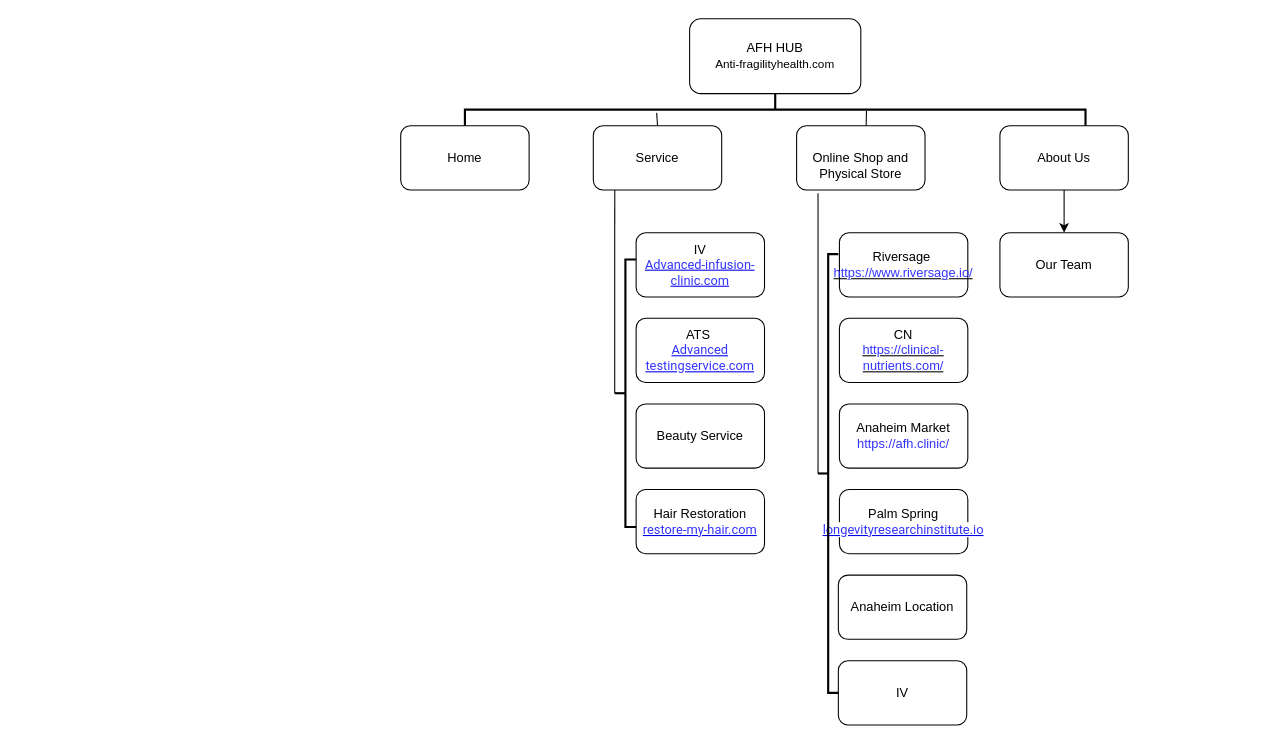
Above: Untitled Diagram.drawio in ellenlovestwerk/github.io (draw.io), before the change. Source tidied: cells renumbered, new cells numbered last; positions are measured from the earlier drawing's top-left corner, leaving out a move shared by most shapes. Both pictures are drawn from the tidied source at 107%, with x=0, y=0 at pixel (400, 18).
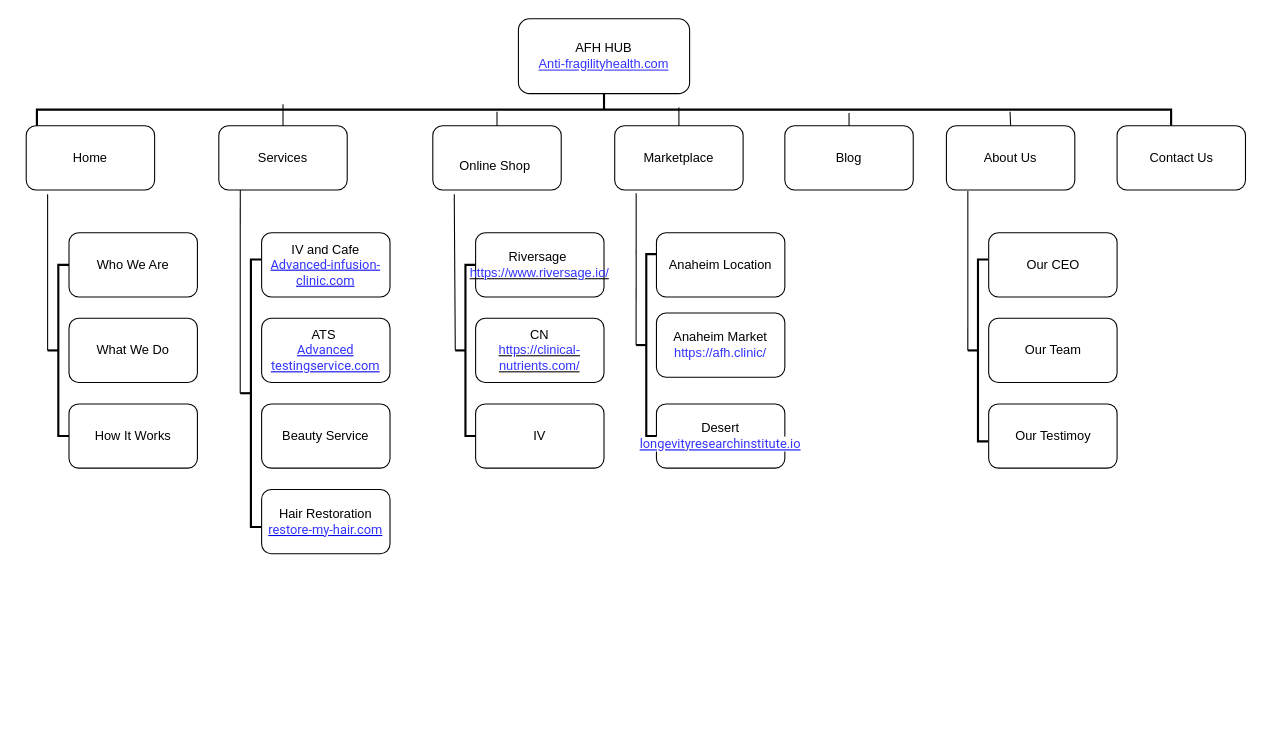
Above is the later version.

What changed in the source:
```diff
@@
-    <mxCell id="2" value="AFH HUB&lt;br&gt;&lt;span id=&quot;docs-internal-guid-4b5474ac-7fff-267b-f1c0-4c2fcc6487ea&quot;&gt;&lt;span style=&quot;font-family: &amp;#34;arial&amp;#34; ; background-color: transparent ; vertical-align: baseline&quot;&gt;&lt;font style=&quot;font-size: 11px&quot;&gt;Anti-fragilityhealth.com&lt;/font&gt;&lt;/span&gt;&lt;/span&gt;" style="rounded=1;whiteSpace=wrap;html=1;" parent="1" vertex="1">
-      <mxGeometry x="270" width="160" height="70" as="geometry" />
+    <mxCell id="2" value="AFH HUB&lt;br&gt;&lt;span id=&quot;docs-internal-guid-4b5474ac-7fff-267b-f1c0-4c2fcc6487ea&quot;&gt;&lt;span style=&quot;font-family: &amp;#34;arial&amp;#34; ; background-color: transparent ; vertical-align: baseline&quot;&gt;&lt;font style=&quot;font-size: 12px&quot; color=&quot;#3333ff&quot;&gt;&lt;u&gt;Anti-fragilityhealth.com&lt;/u&gt;&lt;/font&gt;&lt;/span&gt;&lt;/span&gt;" style="rounded=1;whiteSpace=wrap;html=1;" parent="1" vertex="1">
+      <mxGeometry x="110" width="160" height="70" as="geometry" />
     </mxCell>
     <mxCell id="3" style="edgeStyle=orthogonalEdgeStyle;rounded=0;jettySize=auto;html=1;exitX=0;exitY=0.25;exitDx=0;exitDy=0;" parent="1" edge="1" source="4">
       <mxGeometry relative="1" as="geometry">
-        <mxPoint x="10" y="120" as="targetPoint" />
+        <mxPoint x="-340" y="120" as="targetPoint" />
       </mxGeometry>
     </mxCell>
     <mxCell id="4" value="Home" style="rounded=1;whiteSpace=wrap;html=1;" parent="1" vertex="1">
-      <mxGeometry y="100" width="120" height="60" as="geometry" />
+      <mxGeometry x="-350" y="100" width="120" height="60" as="geometry" />
     </mxCell>
-    <mxCell id="5" value="Service" style="rounded=1;whiteSpace=wrap;html=1;" parent="1" vertex="1">
-      <mxGeometry x="180" y="100" width="120" height="60" as="geometry" />
+    <mxCell id="5" value="Services" style="rounded=1;whiteSpace=wrap;html=1;" parent="1" vertex="1">
+      <mxGeometry x="-170" y="100" width="120" height="60" as="geometry" />
     </mxCell>
-    <mxCell id="6" value="IV&lt;br&gt;&lt;span id=&quot;docs-internal-guid-74093519-7fff-6f13-1623-3f1fcdc550e6&quot;&gt;&lt;a href=&quot;http://advanced-infusion-clinic.com&quot;&gt;&lt;span style=&quot;font-family: &amp;#34;roboto&amp;#34; , sans-serif ; background-color: rgb(255 , 255 , 255) ; vertical-align: baseline&quot;&gt;&lt;font style=&quot;font-size: 12px&quot; color=&quot;#3333ff&quot;&gt;Advanced-infusion-clinic.com&lt;/font&gt;&lt;/span&gt;&lt;/a&gt;&lt;/span&gt;" style="rounded=1;whiteSpace=wrap;html=1;" parent="1" vertex="1">
-      <mxGeometry x="220" y="200" width="120" height="60" as="geometry" />
+    <mxCell id="6" value="IV and Cafe&lt;br&gt;&lt;span id=&quot;docs-internal-guid-74093519-7fff-6f13-1623-3f1fcdc550e6&quot;&gt;&lt;a href=&quot;http://advanced-infusion-clinic.com&quot;&gt;&lt;span style=&quot;font-family: &amp;#34;roboto&amp;#34; , sans-serif ; background-color: rgb(255 , 255 , 255) ; vertical-align: baseline&quot;&gt;&lt;font style=&quot;font-size: 12px&quot; color=&quot;#3333ff&quot;&gt;Advanced-infusion-clinic.com&lt;/font&gt;&lt;/span&gt;&lt;/a&gt;&lt;/span&gt;" style="rounded=1;whiteSpace=wrap;html=1;" parent="1" vertex="1">
+      <mxGeometry x="-130" y="200" width="120" height="60" as="geometry" />
     </mxCell>
     <mxCell id="7" value="ATS&amp;nbsp;&lt;br&gt;&lt;span id=&quot;docs-internal-guid-89b53afa-7fff-94f8-546f-cf0940425132&quot;&gt;&lt;a href=&quot;http://advancedtestingservice.com&quot;&gt;&lt;span style=&quot;font-family: &amp;#34;roboto&amp;#34; , sans-serif ; background-color: rgb(255 , 255 , 255) ; vertical-align: baseline&quot;&gt;&lt;font color=&quot;#3333ff&quot;&gt;Advanced&lt;br&gt;testingservice.com&lt;/font&gt;&lt;/span&gt;&lt;/a&gt;&lt;/span&gt;" style="rounded=1;whiteSpace=wrap;html=1;" parent="1" vertex="1">
-      <mxGeometry x="220" y="280" width="120" height="60" as="geometry" />
+      <mxGeometry x="-130" y="280" width="120" height="60" as="geometry" />
     </mxCell>
     <mxCell id="8" value="Beauty Service" style="rounded=1;whiteSpace=wrap;html=1;" parent="1" vertex="1">
-      <mxGeometry x="220" y="360" width="120" height="60" as="geometry" />
+      <mxGeometry x="-130" y="360" width="120" height="60" as="geometry" />
     </mxCell>
     <mxCell id="9" value="Hair Restoration&lt;br&gt;&lt;span id=&quot;docs-internal-guid-0307a542-7fff-520b-4e99-ed72c797a7f6&quot;&gt;&lt;a href=&quot;https://domains.google.com/registrar/restore-my-hair.com?utm_medium=cpc&amp;amp;utm_source=google&amp;amp;authuser=2&amp;amp;_ga=2.260055556.84802020.1619455763-1324031469.1603987089&quot;&gt;&lt;span style=&quot;font-family: &amp;#34;roboto&amp;#34; , sans-serif ; background-color: rgb(255 , 255 , 255) ; vertical-align: baseline&quot;&gt;&lt;font color=&quot;#3333ff&quot; style=&quot;font-size: 12px&quot;&gt;restore-my-hair.com&lt;/font&gt;&lt;/span&gt;&lt;/a&gt;&lt;/span&gt;" style="rounded=1;whiteSpace=wrap;html=1;" parent="1" vertex="1">
-      <mxGeometry x="220" y="440" width="120" height="60" as="geometry" />
+      <mxGeometry x="-130" y="440" width="120" height="60" as="geometry" />
     </mxCell>
     <mxCell id="10" style="strokeWidth=2;html=1;shape=mxgraph.flowchart.annotation_2;align=left;labelPosition=right;" parent="1" vertex="1">
-      <mxGeometry x="200" y="225" width="20" height="250" as="geometry" />
+      <mxGeometry x="-150" y="225" width="20" height="250" as="geometry" />
     </mxCell>
     <mxCell id="11" style="endArrow=none;html=1;entryX=0.167;entryY=1;entryDx=0;entryDy=0;entryPerimeter=0;" parent="1" edge="1" target="5">
       <mxGeometry relative="1" as="geometry">
-        <mxPoint x="200" y="350" as="sourcePoint" />
+        <mxPoint x="-150" y="350" as="sourcePoint" />
       </mxGeometry>
     </mxCell>
-    <mxCell id="12" value="&lt;br&gt;Online Shop and Physical Store" style="rounded=1;whiteSpace=wrap;html=1;" parent="1" vertex="1">
-      <mxGeometry x="370" y="100" width="120" height="60" as="geometry" />
+    <mxCell id="12" value="Marketplace" style="rounded=1;whiteSpace=wrap;html=1;" parent="1" vertex="1">
+      <mxGeometry x="200" y="100" width="120" height="60" as="geometry" />
     </mxCell>
-    <mxCell id="13" value="Riversage&amp;nbsp;&lt;br&gt;&lt;u&gt;&lt;font color=&quot;#3333ff&quot;&gt;https://www.riversage.io/&lt;/font&gt;&lt;/u&gt;" style="rounded=1;whiteSpace=wrap;html=1;" parent="1" vertex="1">
-      <mxGeometry x="410" y="200" width="120" height="60" as="geometry" />
-    </mxCell>
-    <mxCell id="14" value="CN&lt;br&gt;&lt;u&gt;&lt;font color=&quot;#3333ff&quot;&gt;https://clinical-nutrients.com/&lt;/font&gt;&lt;/u&gt;" style="rounded=1;whiteSpace=wrap;html=1;" parent="1" vertex="1">
-      <mxGeometry x="410" y="280" width="120" height="60" as="geometry" />
-    </mxCell>
     <mxCell id="15" value="Anaheim Market&lt;br&gt;&lt;font color=&quot;#3333ff&quot;&gt;https://afh.clinic/&lt;/font&gt;" style="rounded=1;whiteSpace=wrap;html=1;" parent="1" vertex="1">
-      <mxGeometry x="410" y="360" width="120" height="60" as="geometry" />
+      <mxGeometry x="239" y="275" width="120" height="60" as="geometry" />
     </mxCell>
-    <mxCell id="16" value="Palm Spring&lt;br&gt;&lt;span id=&quot;docs-internal-guid-2a22f718-7fff-b598-e769-77fea1e44419&quot;&gt;&lt;a href=&quot;https://domains.google.com/registrar/longevityresearchinstitute.io?utm_medium=cpc&amp;amp;utm_source=google&amp;amp;authuser=2&amp;amp;_ga=2.260055556.84802020.1619455763-1324031469.1603987089&quot;&gt;&lt;span style=&quot;font-family: &amp;#34;roboto&amp;#34; , sans-serif ; background-color: rgb(255 , 255 , 255) ; vertical-align: baseline&quot;&gt;&lt;font style=&quot;font-size: 12px&quot; color=&quot;#3333ff&quot;&gt;longevityresearchinstitute.io&lt;/font&gt;&lt;/span&gt;&lt;/a&gt;&lt;/span&gt;" style="rounded=1;whiteSpace=wrap;html=1;" parent="1" vertex="1">
-      <mxGeometry x="410" y="440" width="120" height="60" as="geometry" />
+    <mxCell id="16" value="Desert&lt;br&gt;&lt;span id=&quot;docs-internal-guid-2a22f718-7fff-b598-e769-77fea1e44419&quot;&gt;&lt;a href=&quot;https://domains.google.com/registrar/longevityresearchinstitute.io?utm_medium=cpc&amp;amp;utm_source=google&amp;amp;authuser=2&amp;amp;_ga=2.260055556.84802020.1619455763-1324031469.1603987089&quot;&gt;&lt;span style=&quot;font-family: &amp;#34;roboto&amp;#34; , sans-serif ; background-color: rgb(255 , 255 , 255) ; vertical-align: baseline&quot;&gt;&lt;font style=&quot;font-size: 12px&quot; color=&quot;#3333ff&quot;&gt;longevityresearchinstitute.io&lt;/font&gt;&lt;/span&gt;&lt;/a&gt;&lt;/span&gt;" style="rounded=1;whiteSpace=wrap;html=1;" parent="1" vertex="1">
+      <mxGeometry x="239" y="360" width="120" height="60" as="geometry" />
     </mxCell>
     <mxCell id="17" style="strokeWidth=2;html=1;shape=mxgraph.flowchart.annotation_2;align=left;labelPosition=right;" parent="1" vertex="1">
-      <mxGeometry x="390" y="220" width="19" height="410" as="geometry" />
+      <mxGeometry x="220" y="220" width="19" height="170" as="geometry" />
     </mxCell>
@@
     <mxCell id="19" value="About Us" style="rounded=1;whiteSpace=wrap;html=1;" parent="1" vertex="1">
-      <mxGeometry x="560" y="100" width="120" height="60" as="geometry" />
+      <mxGeometry x="510" y="100" width="120" height="60" as="geometry" />
     </mxCell>
     <mxCell id="20" style="strokeWidth=2;html=1;shape=mxgraph.flowchart.annotation_2;align=left;labelPosition=right;direction=south;" parent="1" vertex="1">
-      <mxGeometry x="60" y="70" width="580" height="30" as="geometry" />
+      <mxGeometry x="-340" y="70" width="1060" height="30" as="geometry" />
     </mxCell>
     <mxCell id="21" value="Anaheim Location" style="rounded=1;whiteSpace=wrap;html=1;" parent="1" vertex="1">
-      <mxGeometry x="409" y="520" width="120" height="60" as="geometry" />
+      <mxGeometry x="239" y="200" width="120" height="60" as="geometry" />
     </mxCell>
+    <mxCell id="23" value="Our Team" style="rounded=1;whiteSpace=wrap;html=1;" parent="1" vertex="1">
+      <mxGeometry x="549.5" y="280" width="120" height="60" as="geometry" />
+    </mxCell>
+    <mxCell id="26" style="endArrow=none;html=1;" parent="1" edge="1" source="20">
+      <mxGeometry relative="1" as="geometry">
+        <mxPoint x="265" y="100" as="targetPoint" />
+      </mxGeometry>
+    </mxCell>
+    <mxCell id="27" value="Who We Are" style="rounded=1;whiteSpace=wrap;html=1;" parent="1" vertex="1">
+      <mxGeometry x="-310" y="200" width="120" height="60" as="geometry" />
+    </mxCell>
+    <mxCell id="28" value="What We Do" style="rounded=1;whiteSpace=wrap;html=1;" parent="1" vertex="1">
+      <mxGeometry x="-310" y="280" width="120" height="60" as="geometry" />
+    </mxCell>
+    <mxCell id="29" value="How It Works" style="rounded=1;whiteSpace=wrap;html=1;" parent="1" vertex="1">
+      <mxGeometry x="-310" y="360" width="120" height="60" as="geometry" />
+    </mxCell>
+    <mxCell id="30" style="strokeWidth=2;html=1;shape=mxgraph.flowchart.annotation_2;align=left;labelPosition=right;" parent="1" vertex="1">
+      <mxGeometry x="-330" y="230" width="20" height="160" as="geometry" />
+    </mxCell>
+    <mxCell id="31" style="endArrow=none;html=1;entryX=0;entryY=0.5;entryDx=0;entryDy=0;entryPerimeter=0;" parent="1" edge="1" target="30">
+      <mxGeometry relative="1" as="geometry">
+        <mxPoint x="-330" y="164" as="sourcePoint" />
+      </mxGeometry>
+    </mxCell>
+    <mxCell id="32" value="Our CEO" style="rounded=1;whiteSpace=wrap;html=1;" parent="1" vertex="1">
+      <mxGeometry x="549.5" y="200" width="120" height="60" as="geometry" />
+    </mxCell>
+    <mxCell id="33" value="Our Testimoy" style="rounded=1;whiteSpace=wrap;html=1;" parent="1" vertex="1">
+      <mxGeometry x="549.5" y="360" width="120" height="60" as="geometry" />
+    </mxCell>
+    <mxCell id="34" value="&lt;br&gt;Online Shop&amp;nbsp;" style="rounded=1;whiteSpace=wrap;html=1;" parent="1" vertex="1">
+      <mxGeometry x="30" y="100" width="120" height="60" as="geometry" />
+    </mxCell>
+    <mxCell id="35" style="endArrow=none;html=1;entryX=0.5;entryY=0;entryDx=0;entryDy=0;" parent="1" edge="1" target="34">
+      <mxGeometry relative="1" as="geometry">
+        <mxPoint x="90" y="87" as="sourcePoint" />
+      </mxGeometry>
+    </mxCell>
+    <mxCell id="36" style="endArrow=none;html=1;" parent="1" edge="1">
+      <mxGeometry relative="1" as="geometry">
+        <mxPoint x="-110" y="80" as="sourcePoint" />
+        <mxPoint x="-110" y="100" as="targetPoint" />
+      </mxGeometry>
+    </mxCell>
+    <mxCell id="13" value="Riversage&amp;nbsp;&lt;br&gt;&lt;u&gt;&lt;font color=&quot;#3333ff&quot;&gt;https://www.riversage.io/&lt;/font&gt;&lt;/u&gt;" style="rounded=1;whiteSpace=wrap;html=1;" parent="1" vertex="1">
+      <mxGeometry x="70" y="200" width="120" height="60" as="geometry" />
+    </mxCell>
+    <mxCell id="14" value="CN&lt;br&gt;&lt;u&gt;&lt;font color=&quot;#3333ff&quot;&gt;https://clinical-nutrients.com/&lt;/font&gt;&lt;/u&gt;" style="rounded=1;whiteSpace=wrap;html=1;" parent="1" vertex="1">
+      <mxGeometry x="70" y="280" width="120" height="60" as="geometry" />
+    </mxCell>
     <mxCell id="22" value="IV" style="rounded=1;whiteSpace=wrap;html=1;" parent="1" vertex="1">
-      <mxGeometry x="409" y="600" width="120" height="60" as="geometry" />
+      <mxGeometry x="70" y="360" width="120" height="60" as="geometry" />
     </mxCell>
-    <mxCell id="23" value="Our Team" style="rounded=1;whiteSpace=wrap;html=1;" parent="1" vertex="1">
-      <mxGeometry x="560" y="200" width="120" height="60" as="geometry" />
-    </mxCell>
-    <mxCell id="24" style="endArrow=classic;html=1;exitX=0.5;exitY=1;exitDx=0;exitDy=0;entryX=0.5;entryY=0;entryDx=0;entryDy=0;" parent="1" edge="1" source="19" target="23">
-      <mxGeometry relative="1" as="geometry" />
-    </mxCell>
-    <mxCell id="25" style="endArrow=none;html=1;exitX=0.6;exitY=0.691;exitDx=0;exitDy=0;exitPerimeter=0;entryX=0.5;entryY=0;entryDx=0;entryDy=0;" parent="1" edge="1" source="20" target="5">
-      <mxGeometry relative="1" as="geometry" />
-    </mxCell>
-    <mxCell id="26" style="endArrow=none;html=1;exitX=0.533;exitY=0.353;exitDx=0;exitDy=0;exitPerimeter=0;" parent="1" edge="1" source="20">
-      <mxGeometry relative="1" as="geometry">
-        <mxPoint x="435" y="100" as="targetPoint" />
-      </mxGeometry>
-    </mxCell>
+    <mxCell id="37" style="strokeWidth=2;html=1;shape=mxgraph.flowchart.annotation_2;align=left;labelPosition=right;" parent="1" vertex="1">
+      <mxGeometry x="51" y="230" width="19" height="160" as="geometry" />
+    </mxCell>
+    <mxCell id="38" style="endArrow=none;html=1;exitX=0;exitY=0.5;exitDx=0;exitDy=0;exitPerimeter=0;entryX=0.167;entryY=1.067;entryDx=0;entryDy=0;entryPerimeter=0;" parent="1" edge="1" source="37" target="34">
+      <mxGeometry relative="1" as="geometry" />
+    </mxCell>
+    <mxCell id="39" style="strokeWidth=2;html=1;shape=mxgraph.flowchart.annotation_2;align=left;labelPosition=right;" parent="1" vertex="1">
+      <mxGeometry x="530" y="225" width="19" height="170" as="geometry" />
+    </mxCell>
+    <mxCell id="40" style="endArrow=none;html=1;exitX=0;exitY=0.5;exitDx=0;exitDy=0;exitPerimeter=0;entryX=0.167;entryY=1.017;entryDx=0;entryDy=0;entryPerimeter=0;" parent="1" edge="1" source="39" target="19">
+      <mxGeometry relative="1" as="geometry" />
+    </mxCell>
+    <mxCell id="41" value="Contact Us" style="rounded=1;whiteSpace=wrap;html=1;" parent="1" vertex="1">
+      <mxGeometry x="669.5" y="100" width="120" height="60" as="geometry" />
+    </mxCell>
+    <mxCell id="42" style="endArrow=none;html=1;entryX=0.5;entryY=0;entryDx=0;entryDy=0;exitX=0.433;exitY=0.434;exitDx=0;exitDy=0;exitPerimeter=0;" parent="1" edge="1" source="20" target="12">
+      <mxGeometry relative="1" as="geometry" />
+    </mxCell>
+    <mxCell id="43" value="Blog" style="rounded=1;whiteSpace=wrap;html=1;" parent="1" vertex="1">
+      <mxGeometry x="359" y="100" width="120" height="60" as="geometry" />
+    </mxCell>
+    <mxCell id="44" style="endArrow=none;html=1;entryX=0.5;entryY=0;entryDx=0;entryDy=0;" parent="1" edge="1" target="43">
+      <mxGeometry relative="1" as="geometry">
+        <mxPoint x="419" y="88" as="sourcePoint" />
+      </mxGeometry>
+    </mxCell>
+    <mxCell id="45" style="endArrow=none;html=1;entryX=0.5;entryY=0;entryDx=0;entryDy=0;exitX=0.567;exitY=0.142;exitDx=0;exitDy=0;exitPerimeter=0;" parent="1" edge="1" source="20" target="19">
+      <mxGeometry relative="1" as="geometry" />
+    </mxCell>
```
